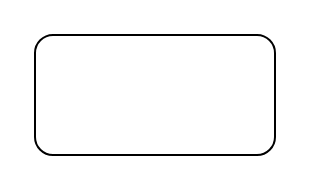
Before: 未命名绘图.drawio in shanyurc/draw.io, a draw.io diagram. Source tidied: cells renumbered, new cells numbered last; positions are measured from the earlier drawing's top-left corner, leaving out a move shared by most shapes. Both pictures are drawn from the tidied source at 200%, with x=0, y=0 at pixel (34, 34).
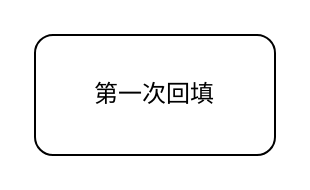
The same page after the edit.

The edit, as a diff of the source:
```diff
@@
 <mxGraphModel>
   <root>
     <mxCell id="0" />
     <mxCell id="1" parent="0" />
-    <mxCell id="2" style="rounded=1;whiteSpace=wrap;html=1;" parent="1" vertex="1">
+    <mxCell id="2" value="第一次回填" style="rounded=1;whiteSpace=wrap;html=1;" parent="1" vertex="1">
       <mxGeometry width="120" height="60" as="geometry" />
     </mxCell>
   </root>
 </mxGraphModel>
```
